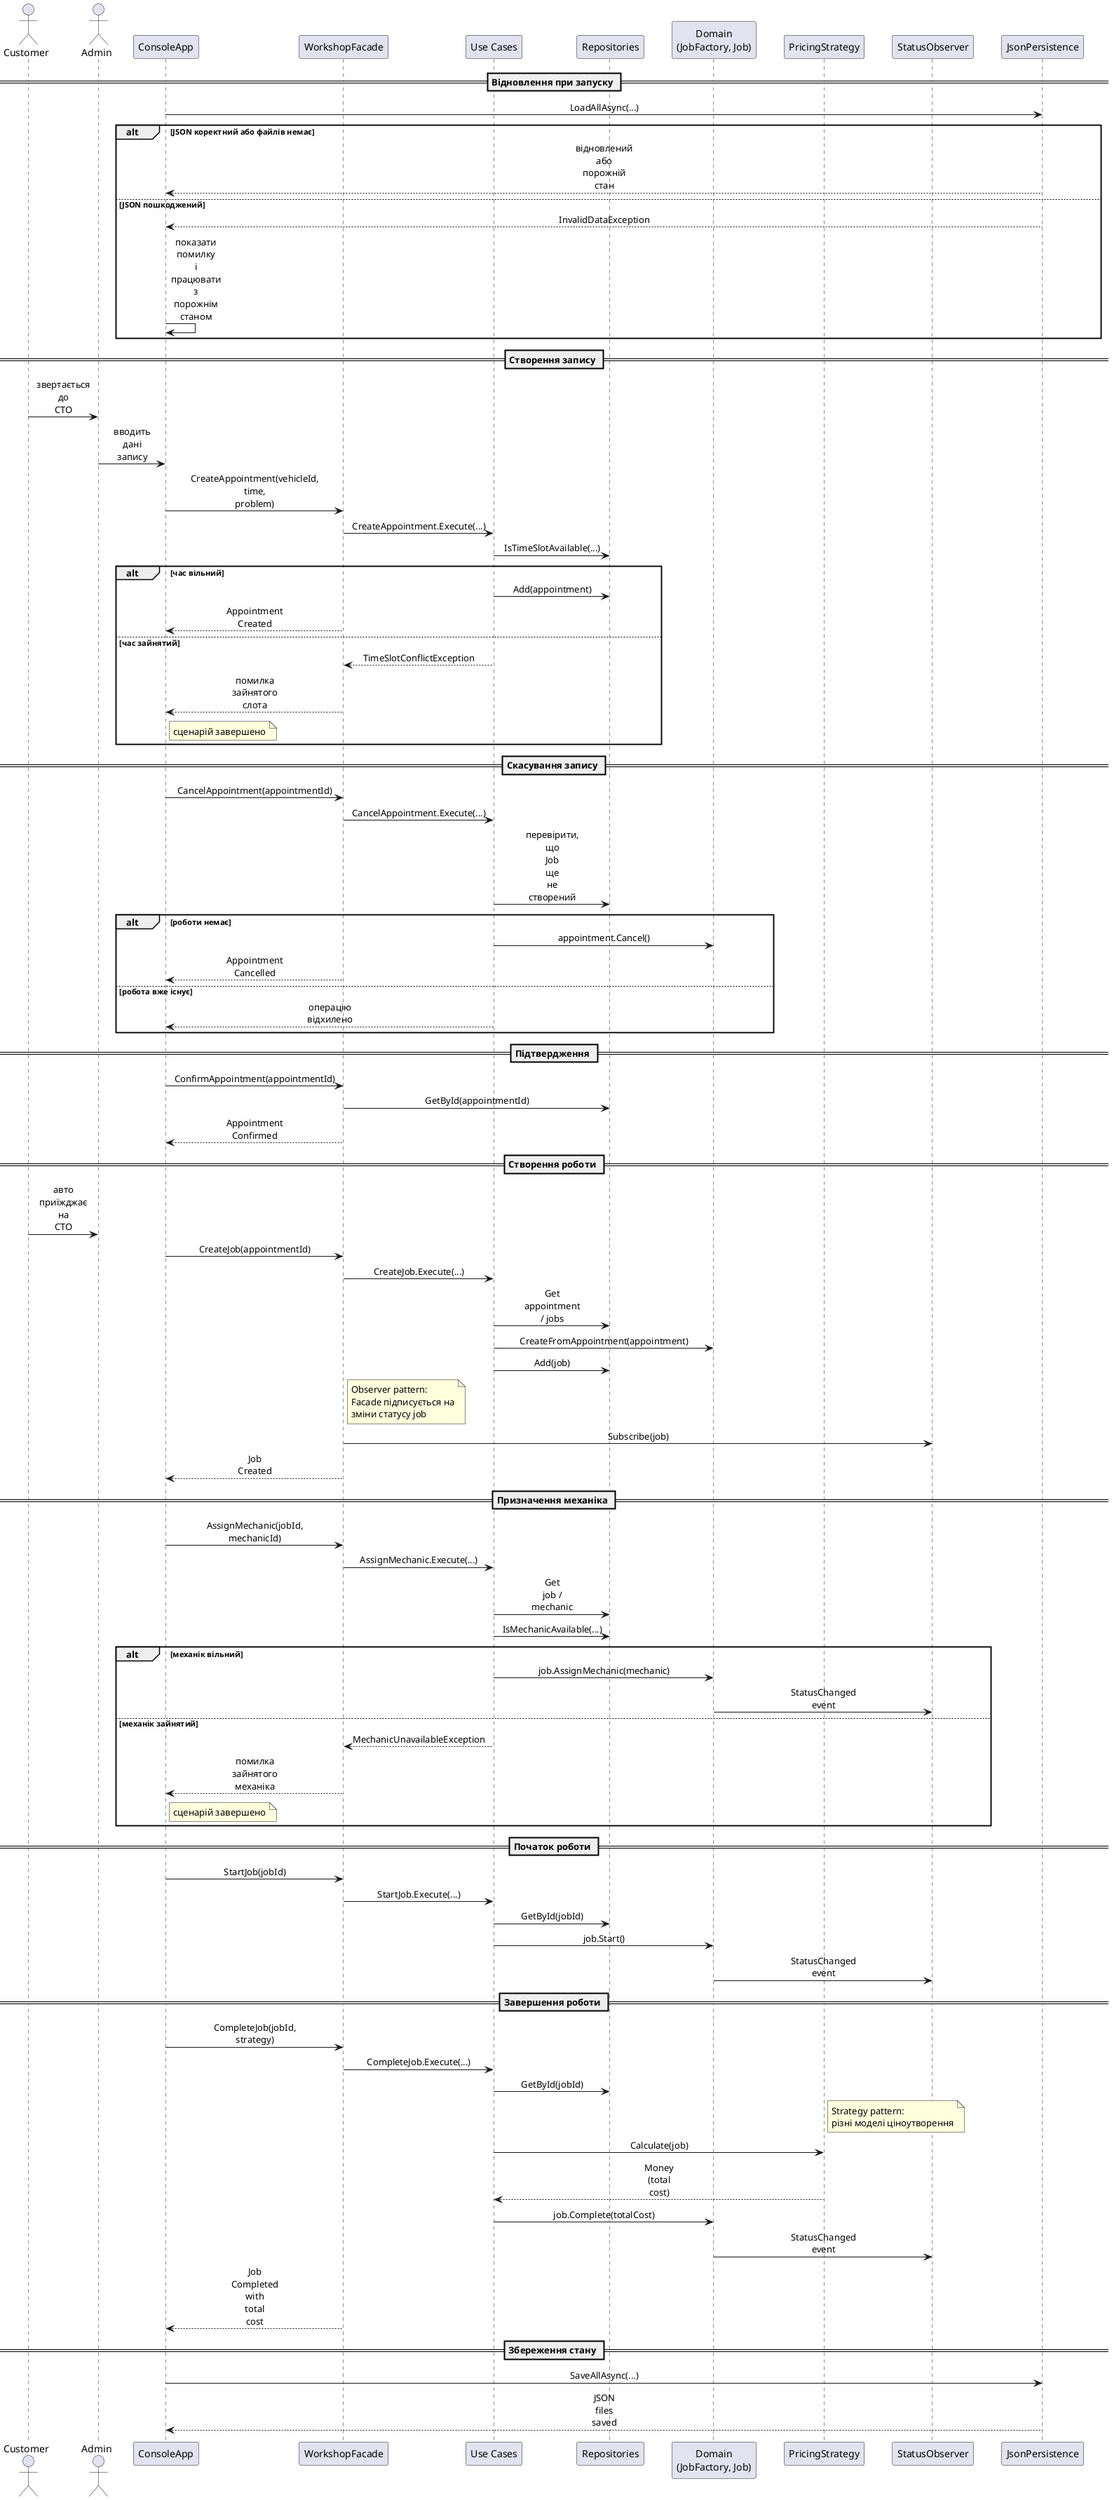
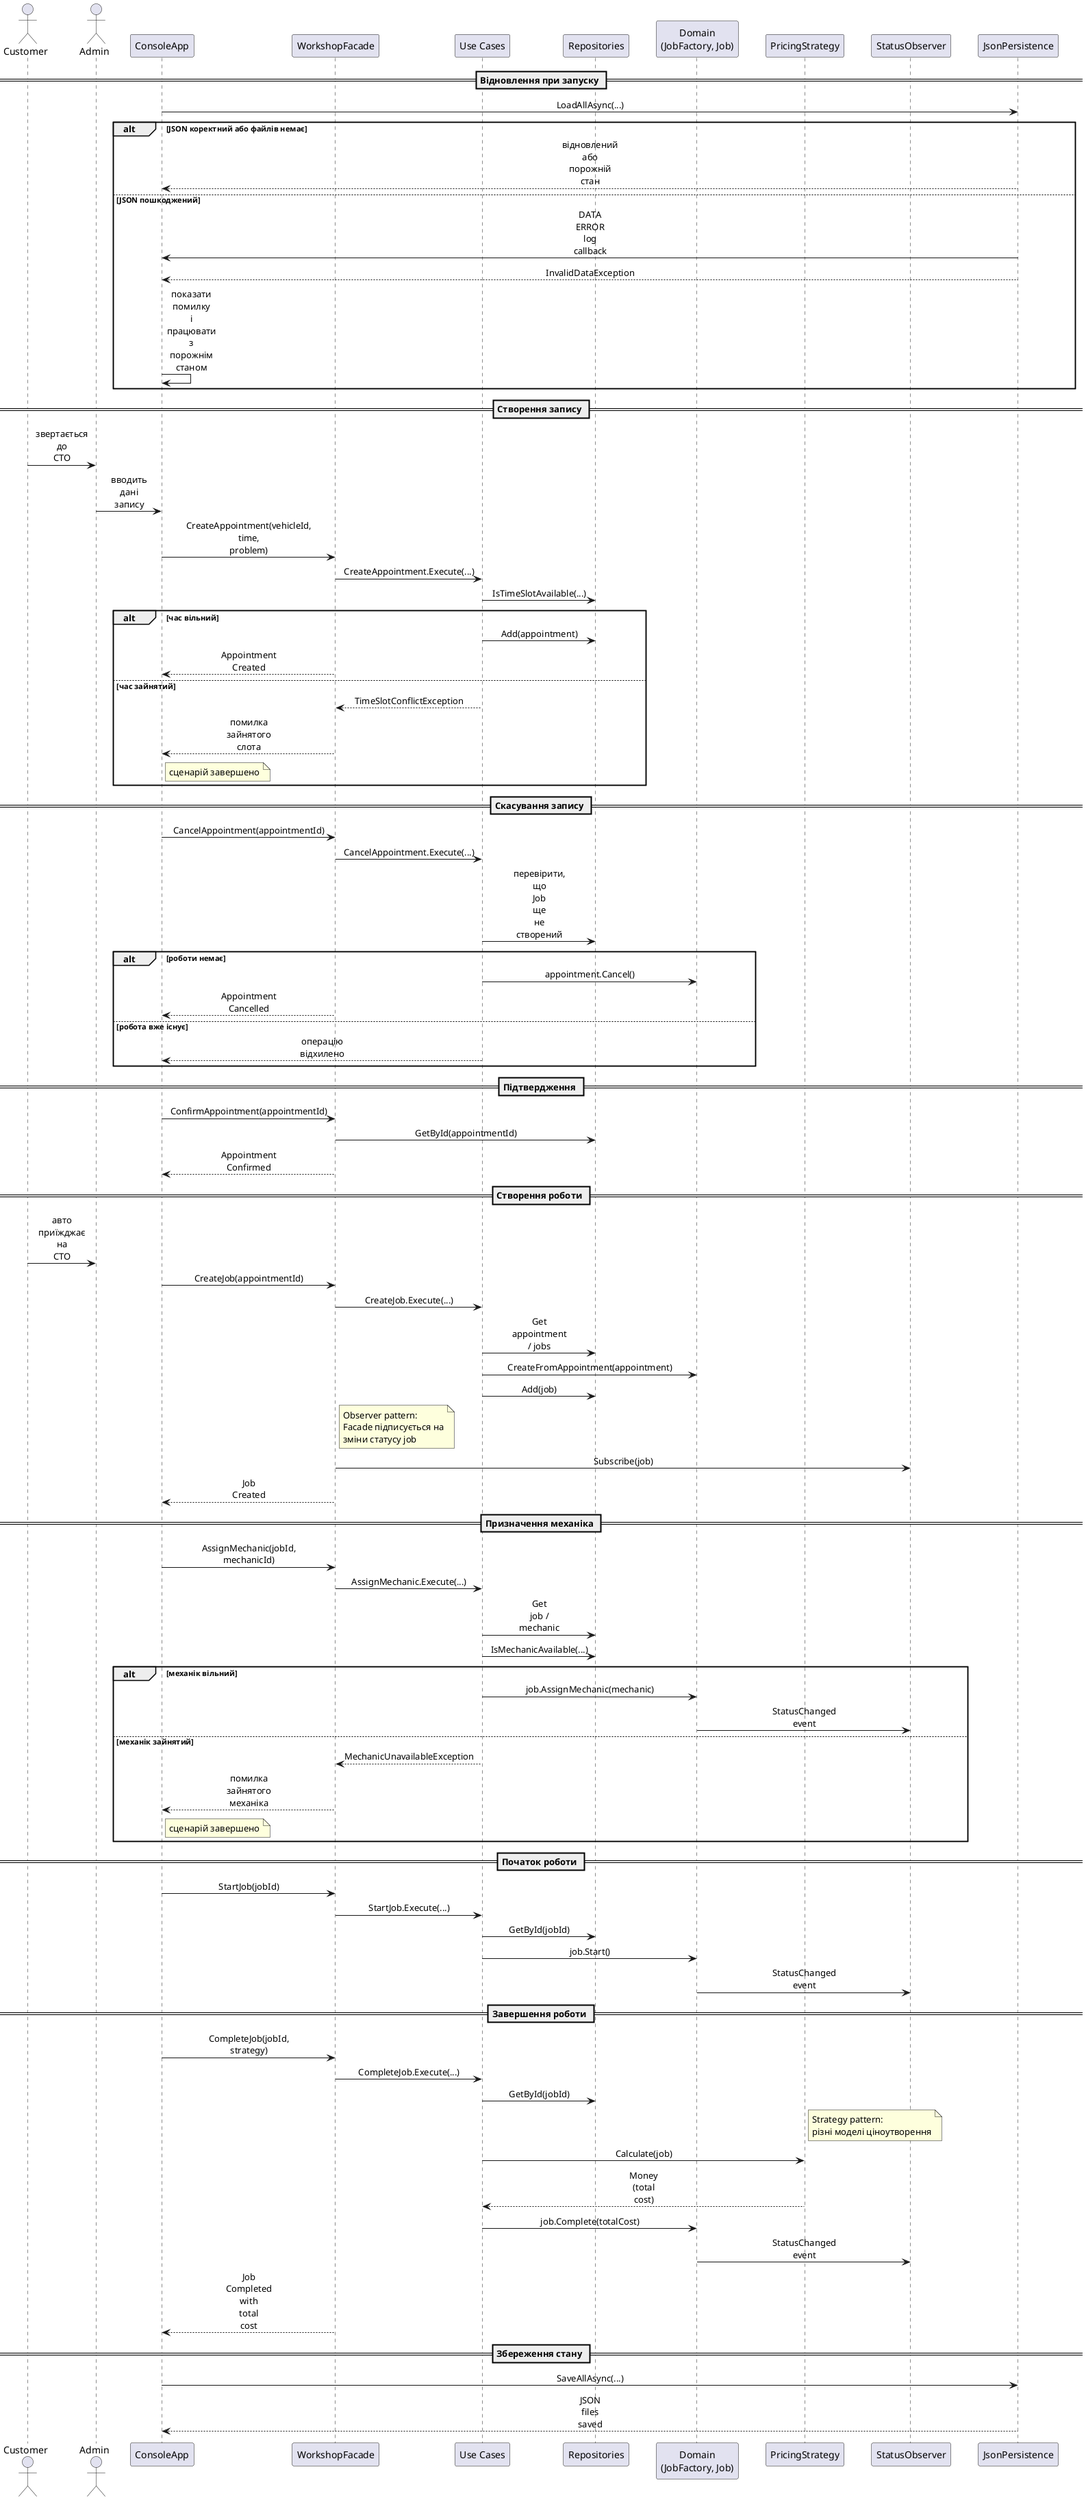
@startuml
skinparam ParticipantPadding 15
skinparam BoxPadding 10
skinparam sequenceMessageAlign center
skinparam maxMessageSize 35

actor Customer
actor Admin
participant "ConsoleApp" as Console
participant "WorkshopFacade" as Facade
participant "Use Cases" as UseCases
participant "Repositories" as Repos
participant "Domain\n(JobFactory, Job)" as Domain
participant "PricingStrategy" as Pricing
participant "StatusObserver" as Observer
participant "JsonPersistence" as Json

== Відновлення при запуску ==
Console -> Json : LoadAllAsync(...)
alt JSON коректний або файлів немає
    Json --> Console : відновлений або порожній стан
else JSON пошкоджений
+     Json -> Console : DATA ERROR log callback
    Json --> Console : InvalidDataException
    Console -> Console : показати помилку і працювати з порожнім станом
end

== Створення запису ==
Customer -> Admin : звертається до СТО
Admin -> Console : вводить дані запису
Console -> Facade : CreateAppointment(vehicleId, time, problem)
Facade -> UseCases : CreateAppointment.Execute(...)
UseCases -> Repos : IsTimeSlotAvailable(...)

alt час вільний
    UseCases -> Repos : Add(appointment)
    Facade --> Console : Appointment Created
else час зайнятий
    UseCases --> Facade : TimeSlotConflictException
    Facade --> Console : помилка зайнятого слота
    note right of Console : сценарій завершено
end

== Скасування запису ==
Console -> Facade : CancelAppointment(appointmentId)
Facade -> UseCases : CancelAppointment.Execute(...)
UseCases -> Repos : перевірити, що Job ще не створений
alt роботи немає
    UseCases -> Domain : appointment.Cancel()
    Facade --> Console : Appointment Cancelled
else робота вже існує
    UseCases --> Console : операцію відхилено
end

== Підтвердження ==
Console -> Facade : ConfirmAppointment(appointmentId)
Facade -> Repos : GetById(appointmentId)
Facade --> Console : Appointment Confirmed

== Створення роботи ==
Customer -> Admin : авто приїжджає на СТО
Console -> Facade : CreateJob(appointmentId)
Facade -> UseCases : CreateJob.Execute(...)
UseCases -> Repos : Get appointment / jobs
UseCases -> Domain : CreateFromAppointment(appointment)
UseCases -> Repos : Add(job)
note right of Facade : Observer pattern:\nFacade підписується на\nзміни статусу job
Facade -> Observer : Subscribe(job)
Facade --> Console : Job Created

== Призначення механіка ==
Console -> Facade : AssignMechanic(jobId, mechanicId)
Facade -> UseCases : AssignMechanic.Execute(...)
UseCases -> Repos : Get job / mechanic
UseCases -> Repos : IsMechanicAvailable(...)

alt механік вільний
    UseCases -> Domain : job.AssignMechanic(mechanic)
    Domain -> Observer : StatusChanged event
else механік зайнятий
    UseCases --> Facade : MechanicUnavailableException
    Facade --> Console : помилка зайнятого механіка
    note right of Console : сценарій завершено
end

== Початок роботи ==
Console -> Facade : StartJob(jobId)
Facade -> UseCases : StartJob.Execute(...)
UseCases -> Repos : GetById(jobId)
UseCases -> Domain : job.Start()
Domain -> Observer : StatusChanged event

== Завершення роботи ==
Console -> Facade : CompleteJob(jobId, strategy)
Facade -> UseCases : CompleteJob.Execute(...)
UseCases -> Repos : GetById(jobId)
note right of Pricing : Strategy pattern:\nрізні моделі ціноутворення
UseCases -> Pricing : Calculate(job)
Pricing --> UseCases : Money (total cost)
UseCases -> Domain : job.Complete(totalCost)
Domain -> Observer : StatusChanged event
Facade --> Console : Job Completed with total cost

== Збереження стану ==
Console -> Json : SaveAllAsync(...)
Json --> Console : JSON files saved
@enduml
